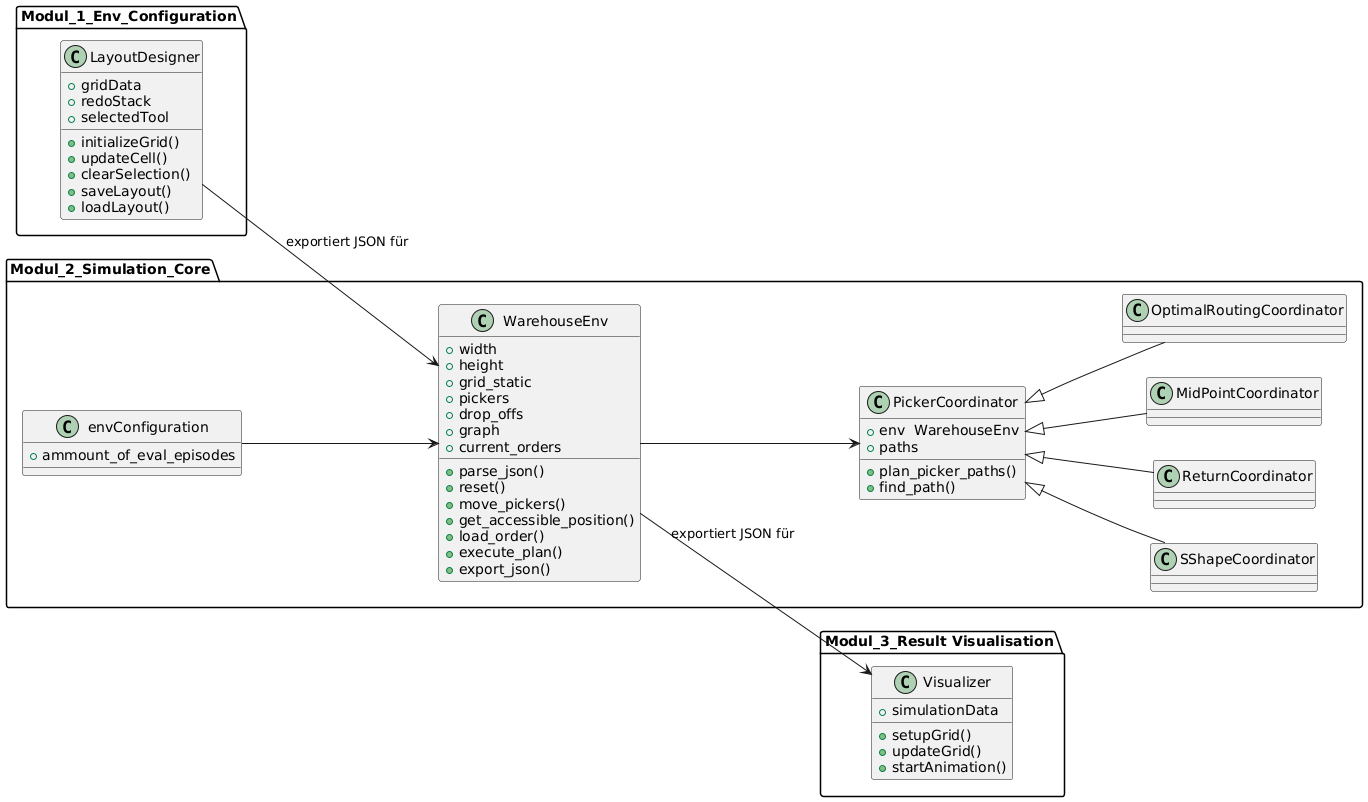
david-dd/Attempt-to-benchmark-warehouse-logistics keeps this PlantUML diagram as documation/uml_classes.png. Above is the earlier version.
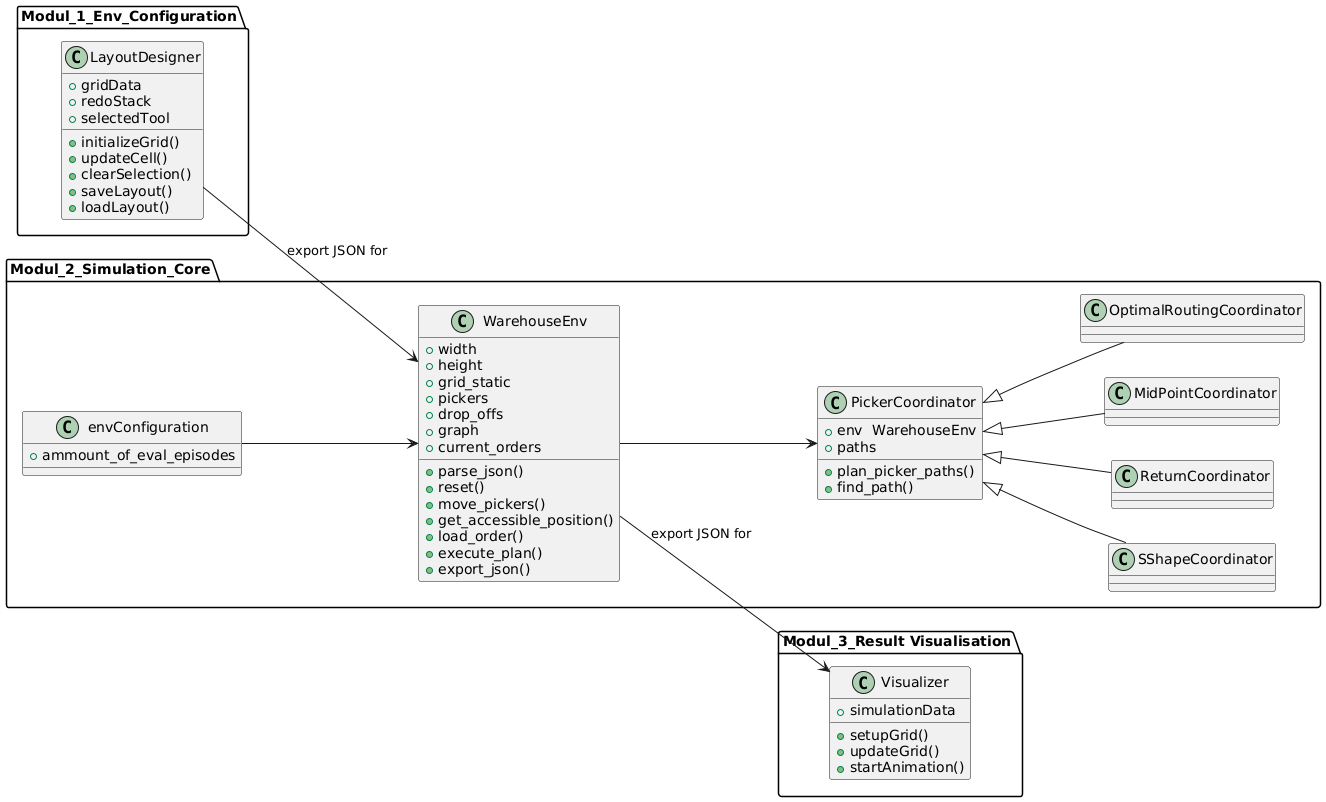
After the change.

Commit message:
einheitlich english in Darstellung

The edit, as a diff of the source:
```diff
@@ -60,12 +60,12 @@
     }
 }
 
-LayoutDesigner --> WarehouseEnv : exportiert JSON für
+LayoutDesigner --> WarehouseEnv : export JSON for
 envConfiguration --> WarehouseEnv
 WarehouseEnv --> PickerCoordinator
 PickerCoordinator <|-- SShapeCoordinator
 PickerCoordinator <|-- ReturnCoordinator
 PickerCoordinator <|-- MidPointCoordinator
 PickerCoordinator <|-- OptimalRoutingCoordinator
-WarehouseEnv --> Visualizer : exportiert JSON für
+WarehouseEnv --> Visualizer : export JSON for
 @enduml
```
